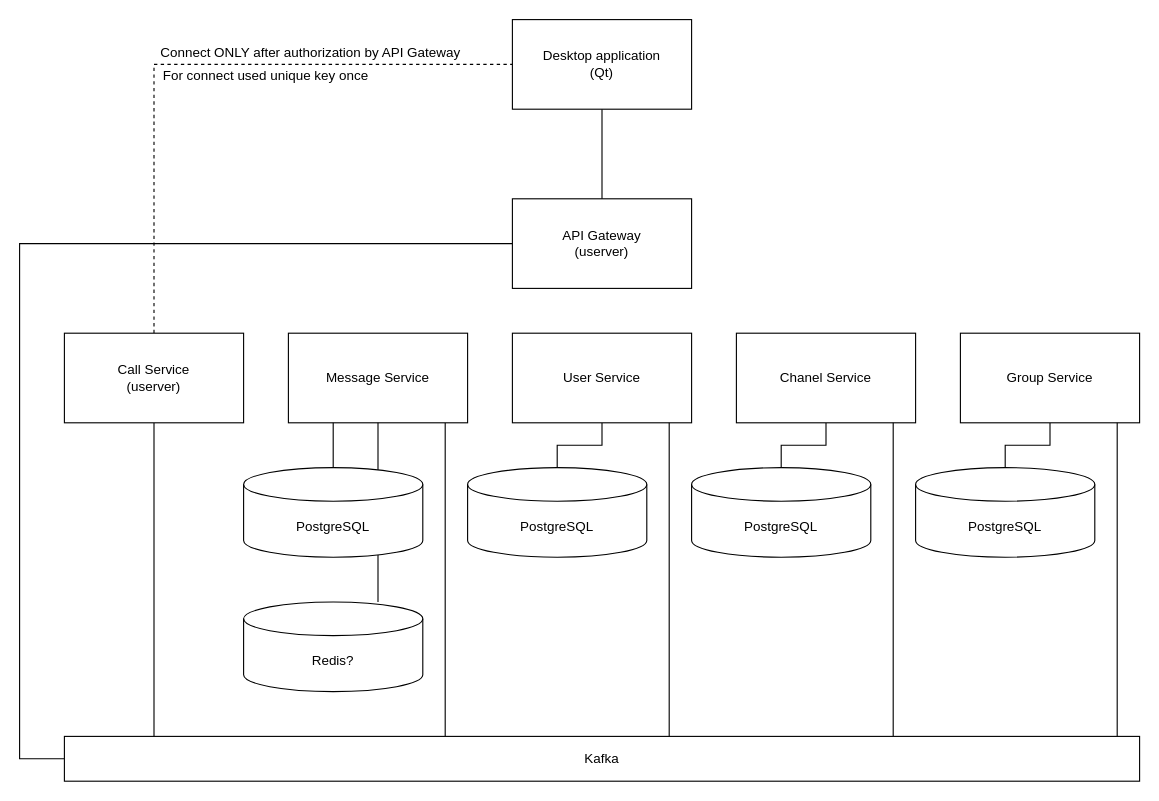
Before: Schema.drawio in CallYourTeam/Infrastructure, a draw.io diagram. Source tidied: cells renumbered, new cells numbered last; positions are measured from the earlier drawing's top-left corner, leaving out a move shared by most shapes. Both pictures are drawn from the tidied source at 112%, with x=0, y=0 at pixel (19, 19).
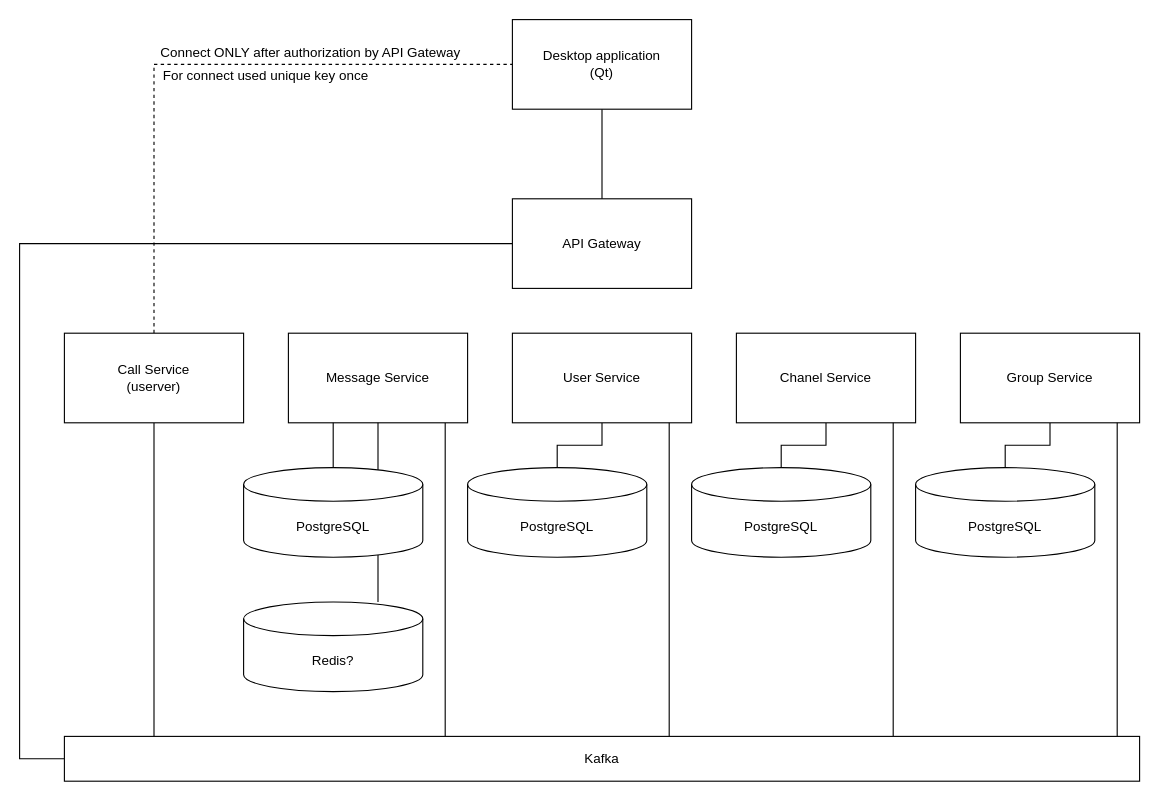
The same page after the edit.

What changed in the source:
```diff
@@
-    <mxCell id="3" value="API Gateway&lt;div&gt;(userver)&lt;/div&gt;" style="rounded=0;whiteSpace=wrap;html=1;" parent="1" vertex="1">
+    <mxCell id="3" value="API Gateway" style="rounded=0;whiteSpace=wrap;html=1;" parent="1" vertex="1">
       <mxGeometry x="440" y="160" width="160" height="80" as="geometry" />
     </mxCell>
```
